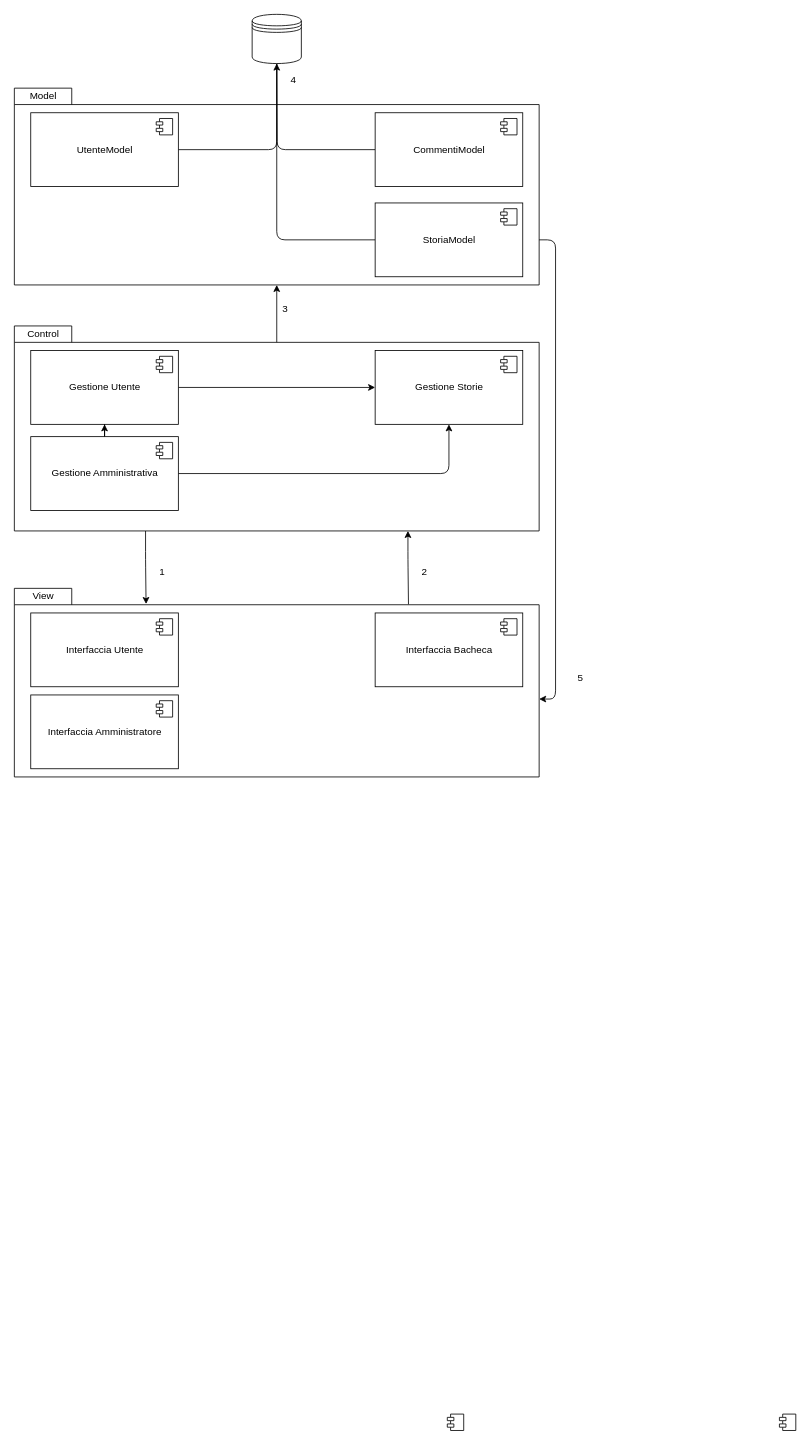
This is Schemi/Diagramma Sottosistemi.drawio from EmmanuelEngineer/E.M.A.A., a draw.io file, before an edit. Source tidied: cells renumbered, new cells numbered last; positions are measured from the earlier drawing's top-left corner, leaving out a move shared by most shapes. Both pictures are drawn from the tidied source at 82%, with x=0, y=0 at pixel (14, 14).
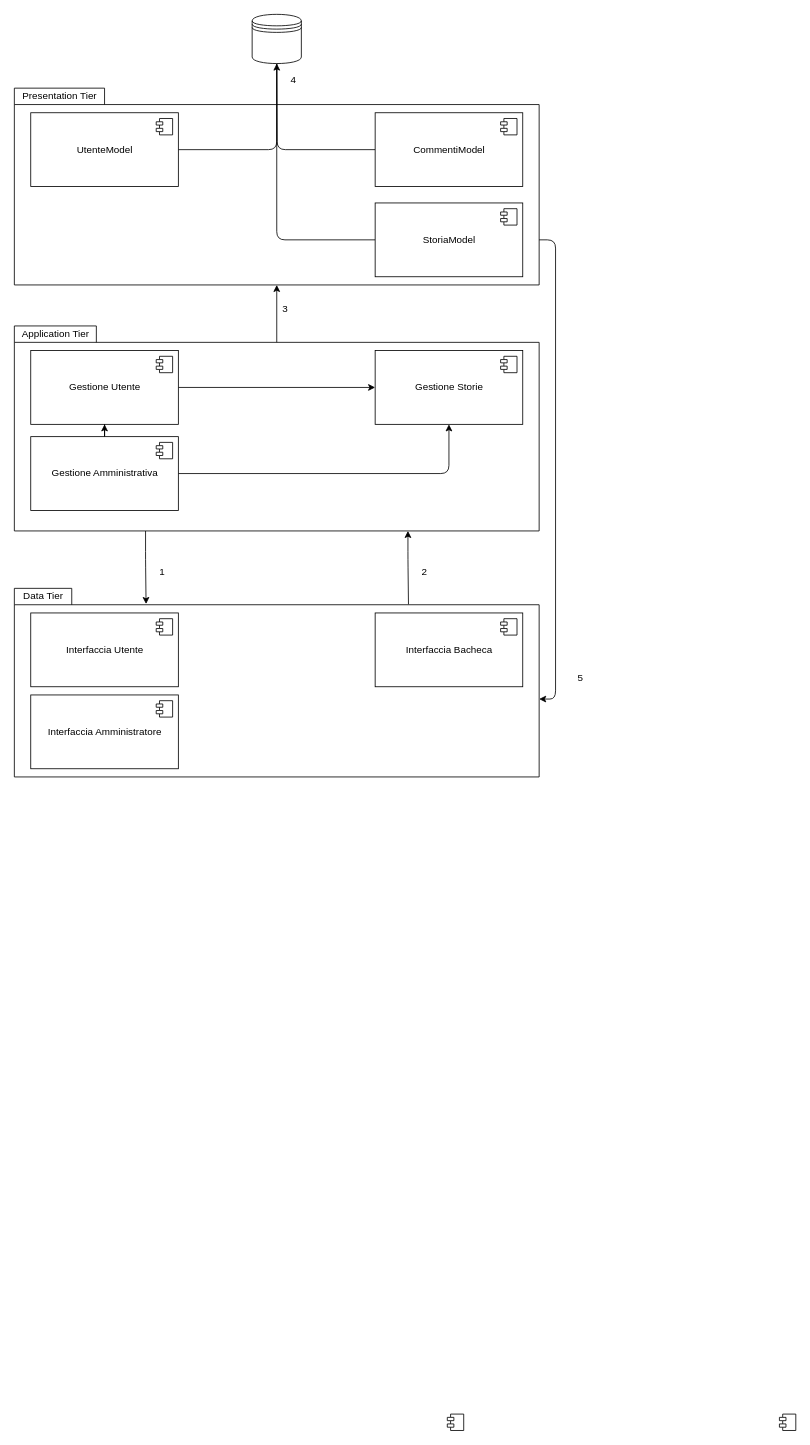
Above is the later version.

What changed in the source:
```diff
@@
-    <mxCell id="3" style="shape=folder;fontStyle=1;spacingTop=10;tabWidth=70;tabHeight=20;tabPosition=left;html=1;" parent="1" vertex="1">
+    <mxCell id="3" style="shape=folder;fontStyle=1;spacingTop=10;tabWidth=110;tabHeight=20;tabPosition=left;html=1;" parent="1" vertex="1">
       <mxGeometry y="90" width="640" height="240" as="geometry" />
     </mxCell>
-    <mxCell id="4" value="Model" style="text;html=1;align=center;verticalAlign=middle;strokeColor=none;fillColor=none;" parent="1" vertex="1">
-      <mxGeometry x="10" y="90" width="50" height="20" as="geometry" />
+    <mxCell id="4" value="Presentation Tier" style="text;html=1;align=center;verticalAlign=middle;strokeColor=none;fillColor=none;" parent="1" vertex="1">
+      <mxGeometry y="90" width="110" height="20" as="geometry" />
     </mxCell>
@@
-    <mxCell id="16" style="shape=folder;fontStyle=1;spacingTop=10;tabWidth=70;tabHeight=20;tabPosition=left;html=1;" parent="1" vertex="1">
+    <mxCell id="16" style="shape=folder;fontStyle=1;spacingTop=10;tabWidth=100;tabHeight=20;tabPosition=left;html=1;" parent="1" vertex="1">
       <mxGeometry y="380" width="640" height="250" as="geometry" />
     </mxCell>
-    <mxCell id="17" value="Control" style="text;html=1;align=center;verticalAlign=middle;strokeColor=none;fillColor=none;" parent="1" vertex="1">
-      <mxGeometry x="10" y="380" width="50" height="20" as="geometry" />
+    <mxCell id="17" value="Application Tier" style="text;html=1;align=center;verticalAlign=middle;strokeColor=none;fillColor=none;" parent="1" vertex="1">
+      <mxGeometry y="380" width="100" height="20" as="geometry" />
     </mxCell>
@@
-    <mxCell id="29" value="View" style="text;html=1;align=center;verticalAlign=middle;strokeColor=none;fillColor=none;" parent="1" vertex="1">
-      <mxGeometry x="15" y="700" width="40" height="20" as="geometry" />
+    <mxCell id="29" value="Data Tier" style="text;html=1;align=center;verticalAlign=middle;strokeColor=none;fillColor=none;" parent="1" vertex="1">
+      <mxGeometry x="5" y="700" width="60" height="20" as="geometry" />
     </mxCell>
```
